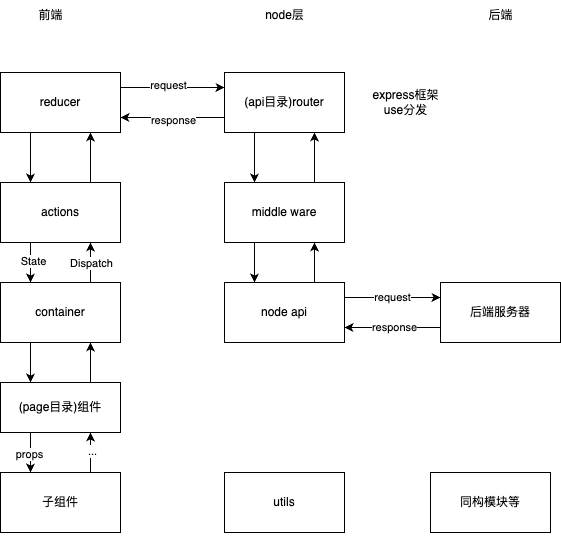
This is test.drawio.png from MongoRolls/AAA_note, a draw.io export, as it was before one commit. Source tidied: cells renumbered, new cells last; positions are measured from the earlier drawing's top-left corner, leaving out a move shared by most shapes.
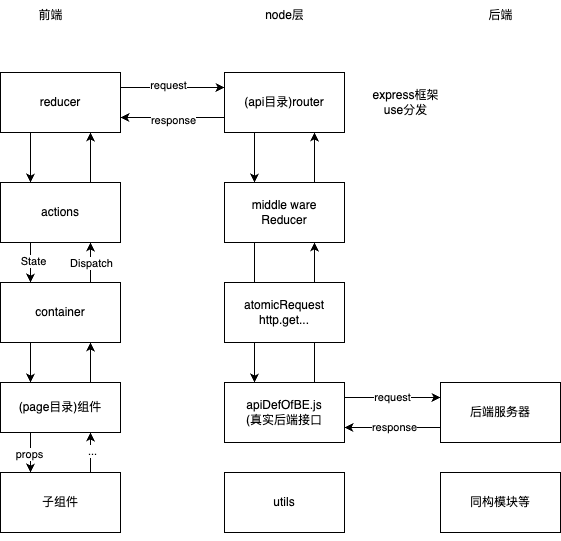
The same file after the commit.

Change to the diagram source:
```diff
@@ -59,8 +59,8 @@
     <mxCell id="20" value="request" style="edgeStyle=orthogonalEdgeStyle;rounded=0;jettySize=auto;html=1;exitX=1;exitY=0.25;exitDx=0;exitDy=0;entryX=0;entryY=0.25;entryDx=0;entryDy=0;" parent="1" edge="1" source="21" target="40">
       <mxGeometry relative="1" as="geometry" />
     </mxCell>
-    <mxCell id="21" value="node api" style="rounded=0;whiteSpace=wrap;html=1;" parent="1" vertex="1">
-      <mxGeometry x="224" y="282" width="120" height="60" as="geometry" />
+    <mxCell id="21" value="apiDefOfBE.js&lt;br&gt;(真实后端接口" style="rounded=0;whiteSpace=wrap;html=1;" parent="1" vertex="1">
+      <mxGeometry x="224" y="382" width="120" height="60" as="geometry" />
     </mxCell>
     <mxCell id="22" value="前端" style="text;html=1;align=center;verticalAlign=middle;strokeColor=none;fillColor=none;" parent="1" vertex="1">
       <mxGeometry x="25" width="50" height="30" as="geometry" />
@@ -101,14 +101,14 @@
     <mxCell id="34" style="edgeStyle=orthogonalEdgeStyle;rounded=0;jettySize=auto;html=1;exitX=0.75;exitY=0;exitDx=0;exitDy=0;entryX=0.75;entryY=1;entryDx=0;entryDy=0;" parent="1" edge="1" source="35" target="27">
       <mxGeometry relative="1" as="geometry" />
     </mxCell>
-    <mxCell id="35" value="middle ware" style="rounded=0;whiteSpace=wrap;html=1;" parent="1" vertex="1">
+    <mxCell id="35" value="middle ware&lt;br&gt;Reducer" style="rounded=0;whiteSpace=wrap;html=1;" parent="1" vertex="1">
       <mxGeometry x="224" y="182" width="120" height="60" as="geometry" />
     </mxCell>
     <mxCell id="36" value="utils" style="rounded=0;whiteSpace=wrap;html=1;" parent="1" vertex="1">
       <mxGeometry x="224" y="472" width="120" height="60" as="geometry" />
     </mxCell>
     <mxCell id="37" value="同构模块等" style="rounded=0;whiteSpace=wrap;html=1;" parent="1" vertex="1">
-      <mxGeometry x="430" y="472" width="120" height="60" as="geometry" />
+      <mxGeometry x="440" y="472" width="120" height="60" as="geometry" />
     </mxCell>
     <mxCell id="38" style="edgeStyle=orthogonalEdgeStyle;rounded=0;jettySize=auto;html=1;exitX=0;exitY=0.75;exitDx=0;exitDy=0;entryX=1;entryY=0.75;entryDx=0;entryDy=0;" parent="1" edge="1" source="40" target="21">
       <mxGeometry relative="1" as="geometry" />
@@ -117,10 +117,13 @@
       <mxGeometry x="-0.03" y="-1" relative="1" as="geometry" />
     </mxCell>
     <mxCell id="40" value="后端服务器" style="rounded=0;whiteSpace=wrap;html=1;" parent="1" vertex="1">
-      <mxGeometry x="440" y="282" width="120" height="60" as="geometry" />
+      <mxGeometry x="440" y="382" width="120" height="60" as="geometry" />
     </mxCell>
     <mxCell id="41" value="后端" style="text;html=1;align=center;verticalAlign=middle;strokeColor=none;fillColor=none;" parent="1" vertex="1">
       <mxGeometry x="475" width="50" height="30" as="geometry" />
     </mxCell>
+    <mxCell id="42" value="atomicRequest&lt;br&gt;http.get..." style="rounded=0;whiteSpace=wrap;html=1;" parent="1" vertex="1">
+      <mxGeometry x="224" y="282" width="120" height="60" as="geometry" />
+    </mxCell>
   </root>
 </mxGraphModel>
```
